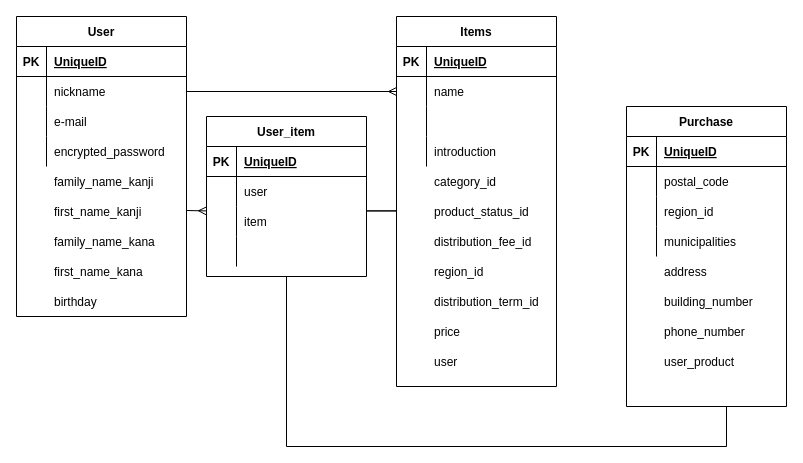
The draw.io diagram furima.dio in kammy0603/furima-30941, before the edit. Source tidied: cells renumbered, new cells numbered last; positions are measured from the earlier drawing's top-left corner, leaving out a move shared by most shapes. Both pictures are drawn from the tidied source at 100%, with x=0, y=0 at pixel (16, 16).
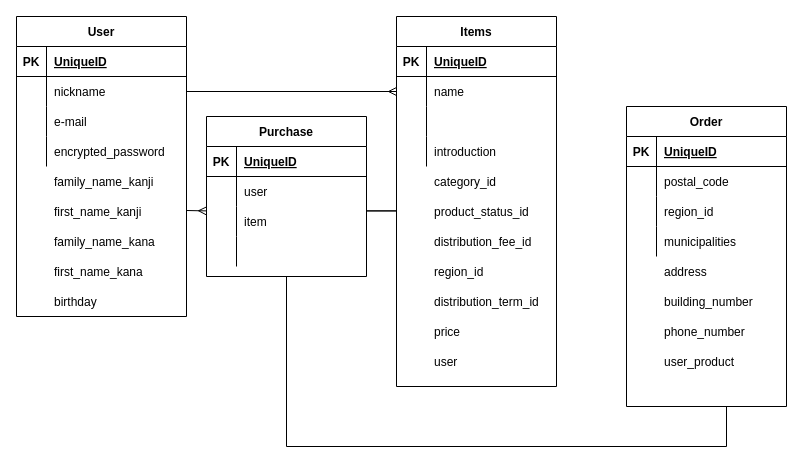
The same diagram, later.

Change to the diagram source:
```diff
@@
-    <mxCell id="29" value="User_item" style="shape=table;startSize=30;childLayout=tableLayout;rowLines=0;fontStyle=1;align=center;" parent="1" vertex="1">
+    <mxCell id="29" value="Purchase" style="shape=table;startSize=30;childLayout=tableLayout;rowLines=0;fontStyle=1;align=center;" parent="1" vertex="1">
       <mxGeometry x="190" y="100" width="160" height="160" as="geometry" />
     </mxCell>
@@
-    <mxCell id="50" value="Purchase" style="shape=table;startSize=30;childLayout=tableLayout;rowLines=0;fontStyle=1;align=center;" parent="1" vertex="1">
+    <mxCell id="50" value="Order" style="shape=table;startSize=30;childLayout=tableLayout;rowLines=0;fontStyle=1;align=center;" parent="1" vertex="1">
       <mxGeometry x="610" y="90" width="160" height="300" as="geometry" />
     </mxCell>
```
